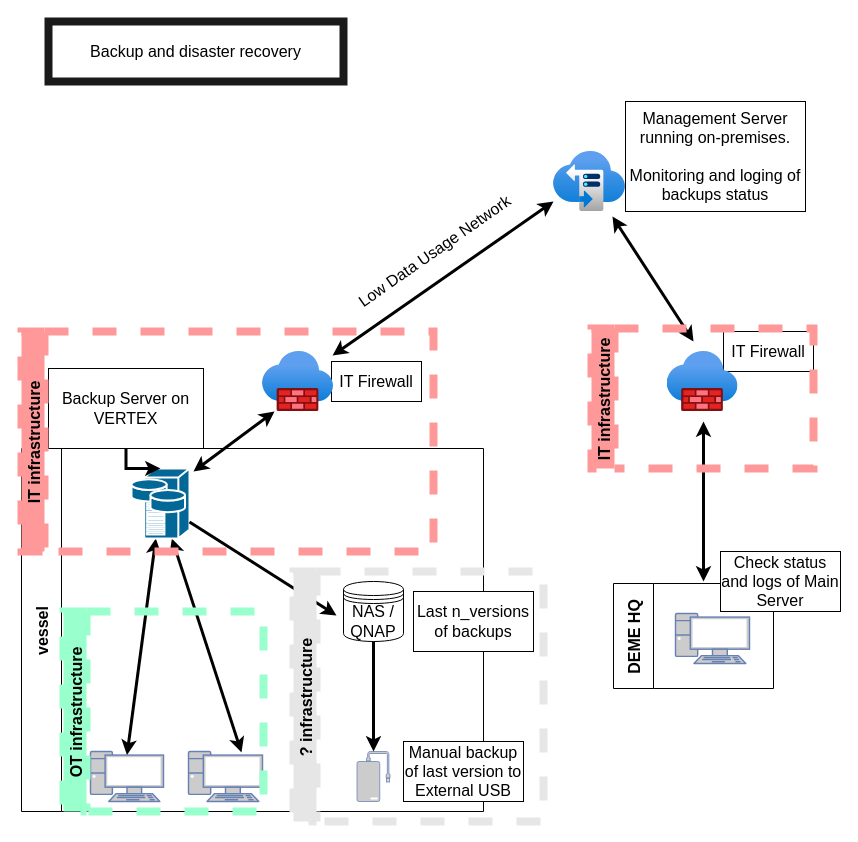
Before: page "Page-5" (5 of 6) of Untitled Diagram.drawio in Wkurylo/docker_kubernetes_diagrams, a draw.io diagram. Source tidied: cells renumbered, new cells numbered last; positions are measured from the earlier drawing's top-left corner, leaving out a move shared by most shapes. Both pictures are drawn from the tidied source at 100%, with x=0, y=0 at pixel (21, 21).
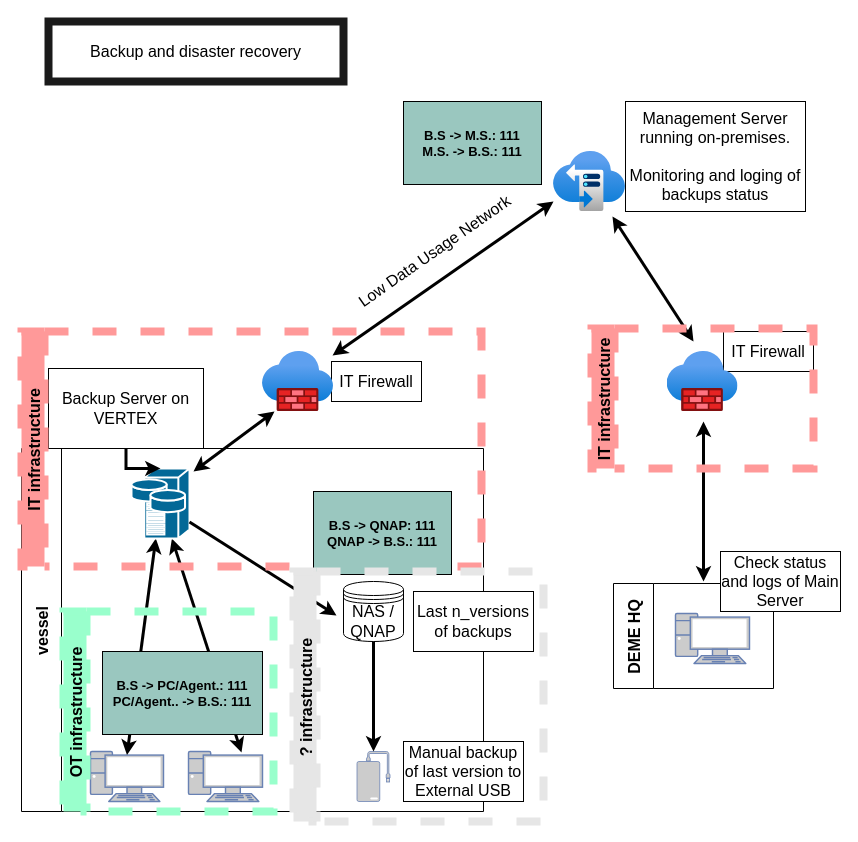
Above is the later version.

Unchanged cells that the change refers to:
```xml
<mxCell id="2" value="vessel" style="swimlane;horizontal=0;startSize=40;fontSize=16;" parent="1" vertex="1">
  <mxGeometry y="427" width="462" height="363" as="geometry" />
</mxCell>
```

Change to the diagram source:
```diff
@@
     <mxCell id="12" value="OT infrastructure" style="swimlane;horizontal=0;dashed=1;labelBackgroundColor=none;fontSize=16;fontColor=default;fillColor=#99FFCC;gradientColor=none;strokeColor=#99FFCC;strokeWidth=8;" parent="2" vertex="1">
-      <mxGeometry x="42" y="163" width="200" height="200" as="geometry" />
+      <mxGeometry x="42" y="163" width="210" height="200" as="geometry" />
     </mxCell>
+    <mxCell id="35" value="&lt;div style=&quot;font-size: 13px&quot;&gt;B.S -&amp;gt; PC/Agent.: 111&lt;br style=&quot;font-size: 13px&quot;&gt;&lt;/div&gt;&lt;div style=&quot;font-size: 13px&quot;&gt;PC/Agent.. -&amp;gt; B.S.: 111&lt;br style=&quot;font-size: 13px&quot;&gt;&lt;/div&gt;" style="rounded=0;whiteSpace=wrap;html=1;fillColor=#9AC7BF;fontStyle=1;fontSize=13;" parent="12" vertex="1">
+      <mxGeometry x="39" y="40" width="160" height="83" as="geometry" />
+    </mxCell>
@@
     <mxCell id="29" value="IT infrastructure" style="swimlane;horizontal=0;dashed=1;labelBackgroundColor=none;fontSize=16;fontColor=default;fillColor=#FF9999;gradientColor=none;strokeColor=#FF9999;strokeWidth=8;" parent="1" vertex="1">
-      <mxGeometry y="310" width="412" height="220" as="geometry" />
+      <mxGeometry y="310" width="460" height="235" as="geometry" />
     </mxCell>
@@
+    <mxCell id="36" value="&lt;div style=&quot;font-size: 13px&quot;&gt;B.S -&amp;gt; QNAP: 111&lt;br style=&quot;font-size: 13px&quot;&gt;&lt;/div&gt;&lt;div style=&quot;font-size: 13px&quot;&gt;QNAP -&amp;gt; B.S.: 111&lt;br style=&quot;font-size: 13px&quot;&gt;&lt;/div&gt;" style="rounded=0;whiteSpace=wrap;html=1;fillColor=#9AC7BF;fontStyle=1;fontSize=13;" parent="29" vertex="1">
+      <mxGeometry x="292" y="160" width="138" height="83" as="geometry" />
+    </mxCell>
@@
+    <mxCell id="37" value="&lt;div style=&quot;font-size: 13px&quot;&gt;B.S -&amp;gt; M.S.: 111&lt;br style=&quot;font-size: 13px&quot;&gt;&lt;/div&gt;&lt;div style=&quot;font-size: 13px&quot;&gt;M.S. -&amp;gt; B.S.: 111&lt;br style=&quot;font-size: 13px&quot;&gt;&lt;/div&gt;" style="rounded=0;whiteSpace=wrap;html=1;fillColor=#9AC7BF;fontStyle=1;fontSize=13;" parent="1" vertex="1">
+      <mxGeometry x="382" y="80" width="138" height="83" as="geometry" />
+    </mxCell>
```
